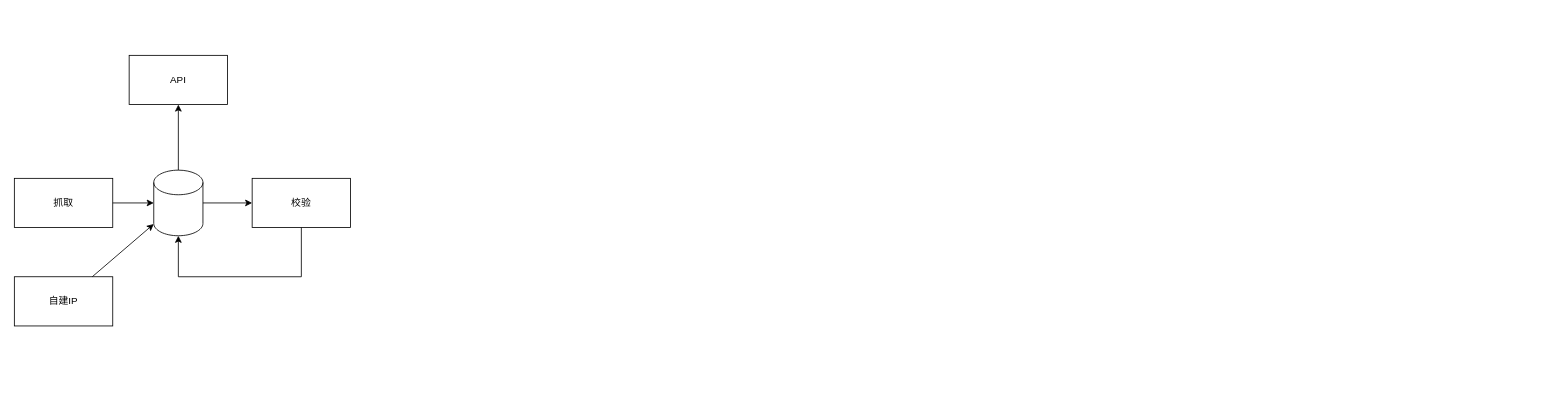
Earlier version of the draw.io diagram docs/design.drawio (crawlerstack/crawlerstack-proxypool). Source tidied: cells renumbered, new cells numbered last; positions are measured from the earlier drawing's top-left corner, leaving out a move shared by most shapes. Both pictures are drawn from the tidied source at 82%, with x=0, y=0 at pixel (14, 55).
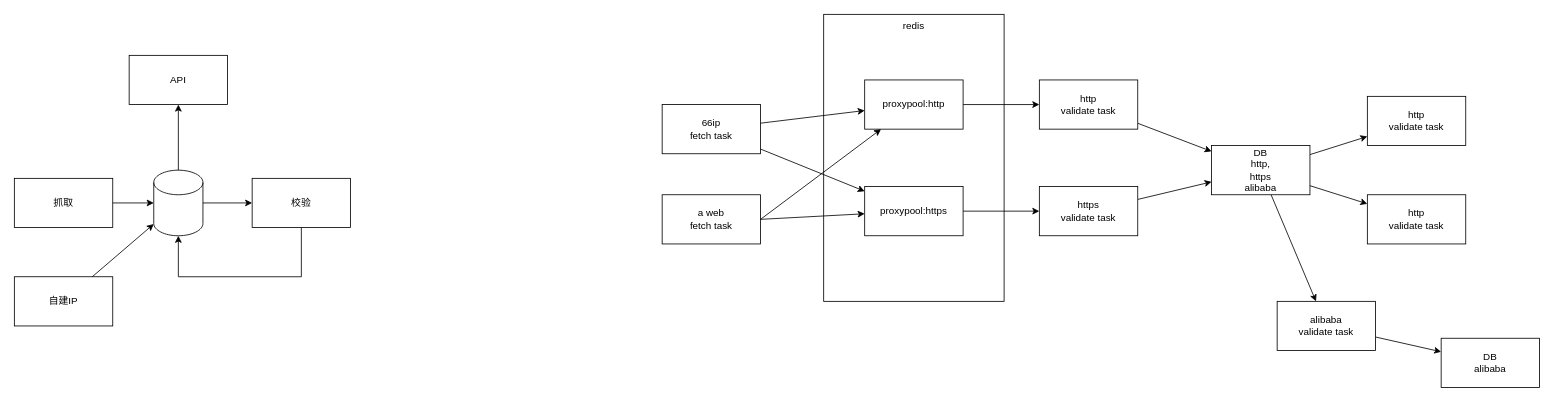
The same page after the edit.

What changed in the source:
```diff
@@
+    <mxCell id="12" value="redis" style="rounded=0;whiteSpace=wrap;html=1;verticalAlign=top;" parent="1" vertex="1">
+      <mxGeometry x="987" y="-50" width="220" height="350" as="geometry" />
+    </mxCell>
@@
+    <mxCell id="13" value="66ip&lt;br&gt;fetch task" style="rounded=0;whiteSpace=wrap;html=1;" parent="1" vertex="1">
+      <mxGeometry x="790" y="60" width="120" height="60" as="geometry" />
+    </mxCell>
+    <mxCell id="14" style="rounded=0;jettySize=auto;html=1;" parent="1" edge="1" source="13" target="16">
+      <mxGeometry relative="1" as="geometry" />
+    </mxCell>
+    <mxCell id="15" style="edgeStyle=none;rounded=0;jettySize=auto;html=1;" parent="1" edge="1" source="16" target="21">
+      <mxGeometry relative="1" as="geometry" />
+    </mxCell>
+    <mxCell id="16" value="proxypool:http" style="rounded=0;whiteSpace=wrap;html=1;" parent="1" vertex="1">
+      <mxGeometry x="1037" y="30" width="120" height="60" as="geometry" />
+    </mxCell>
+    <mxCell id="17" style="edgeStyle=none;rounded=0;jettySize=auto;html=1;" parent="1" edge="1" source="18" target="25">
+      <mxGeometry relative="1" as="geometry" />
+    </mxCell>
+    <mxCell id="18" value="proxypool:https" style="rounded=0;whiteSpace=wrap;html=1;" parent="1" vertex="1">
+      <mxGeometry x="1037" y="160" width="120" height="60" as="geometry" />
+    </mxCell>
+    <mxCell id="19" style="rounded=0;jettySize=auto;html=1;" parent="1" edge="1" source="13" target="18">
+      <mxGeometry relative="1" as="geometry" />
+    </mxCell>
+    <mxCell id="20" style="edgeStyle=none;rounded=0;jettySize=auto;html=1;" parent="1" edge="1" source="21" target="23">
+      <mxGeometry relative="1" as="geometry" />
+    </mxCell>
+    <mxCell id="21" value="http&lt;br&gt;validate task" style="rounded=0;whiteSpace=wrap;html=1;" parent="1" vertex="1">
+      <mxGeometry x="1250" y="30" width="120" height="60" as="geometry" />
+    </mxCell>
+    <mxCell id="22" style="edgeStyle=none;rounded=0;jettySize=auto;html=1;" parent="1" edge="1" source="23" target="26">
+      <mxGeometry relative="1" as="geometry" />
+    </mxCell>
+    <mxCell id="23" value="DB&lt;br&gt;http,&lt;br&gt;https&lt;br&gt;alibaba" style="whiteSpace=wrap;html=1;rounded=0;" parent="1" vertex="1">
+      <mxGeometry x="1460" y="110" width="120" height="60" as="geometry" />
+    </mxCell>
+    <mxCell id="24" style="edgeStyle=none;rounded=0;jettySize=auto;html=1;" parent="1" edge="1" source="25" target="23">
+      <mxGeometry relative="1" as="geometry" />
+    </mxCell>
+    <mxCell id="25" value="https&lt;br&gt;validate task" style="rounded=0;whiteSpace=wrap;html=1;" parent="1" vertex="1">
+      <mxGeometry x="1250" y="160" width="120" height="60" as="geometry" />
+    </mxCell>
+    <mxCell id="26" value="http&lt;br&gt;validate task" style="rounded=0;whiteSpace=wrap;html=1;" parent="1" vertex="1">
+      <mxGeometry x="1650" y="50" width="120" height="60" as="geometry" />
+    </mxCell>
+    <mxCell id="27" value="http&lt;br&gt;validate task" style="rounded=0;whiteSpace=wrap;html=1;" parent="1" vertex="1">
+      <mxGeometry x="1650" y="170" width="120" height="60" as="geometry" />
+    </mxCell>
+    <mxCell id="28" style="edgeStyle=none;rounded=0;jettySize=auto;html=1;" parent="1" edge="1" source="23" target="27">
+      <mxGeometry relative="1" as="geometry" />
+    </mxCell>
+    <mxCell id="29" style="edgeStyle=none;rounded=0;jettySize=auto;html=1;" parent="1" edge="1" source="30" target="32">
+      <mxGeometry relative="1" as="geometry" />
+    </mxCell>
+    <mxCell id="30" value="alibaba&lt;br&gt;validate task" style="rounded=0;whiteSpace=wrap;html=1;" parent="1" vertex="1">
+      <mxGeometry x="1540" y="300" width="120" height="60" as="geometry" />
+    </mxCell>
+    <mxCell id="31" style="endArrow=classic;html=1;rounded=0;" parent="1" edge="1" source="23" target="30">
+      <mxGeometry relative="1" as="geometry" />
+    </mxCell>
+    <mxCell id="32" value="DB&lt;br&gt;alibaba" style="rounded=0;whiteSpace=wrap;html=1;" parent="1" vertex="1">
+      <mxGeometry x="1740" y="345" width="120" height="60" as="geometry" />
+    </mxCell>
+    <mxCell id="33" value="a web&lt;br&gt;fetch task" style="rounded=0;whiteSpace=wrap;html=1;" parent="1" vertex="1">
+      <mxGeometry x="790" y="170" width="120" height="60" as="geometry" />
+    </mxCell>
+    <mxCell id="34" style="rounded=0;jettySize=auto;html=1;exitX=1;exitY=0.5;exitDx=0;exitDy=0;" parent="1" edge="1" source="33" target="16">
+      <mxGeometry relative="1" as="geometry" />
+    </mxCell>
+    <mxCell id="35" style="rounded=0;jettySize=auto;html=1;exitX=1;exitY=0.5;exitDx=0;exitDy=0;" parent="1" edge="1" source="33" target="18">
+      <mxGeometry relative="1" as="geometry" />
+    </mxCell>
```
